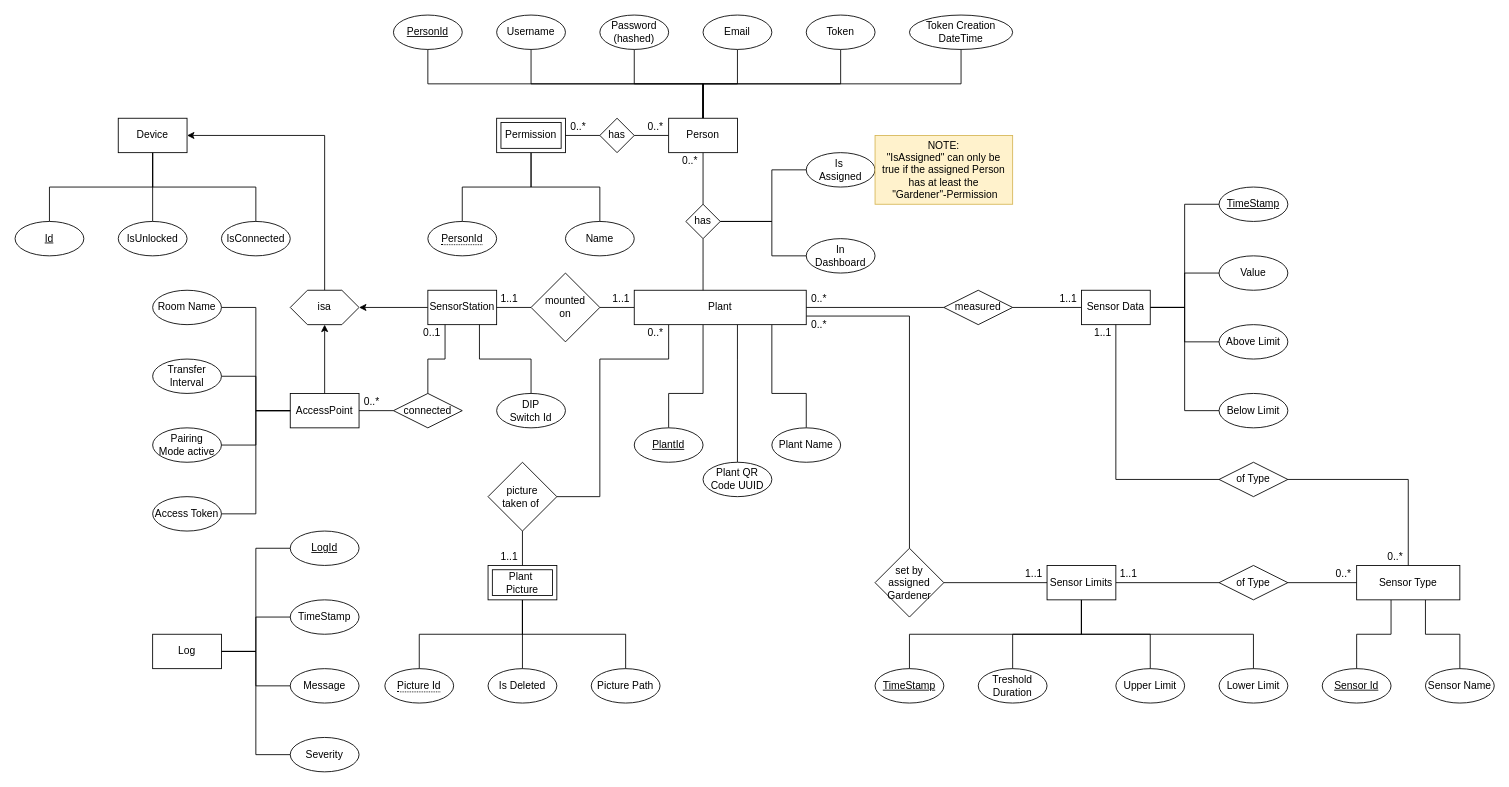
The draw.io diagram Diagrams/er-diagramm.drawio in FabioPlunser/SWE, before the edit. Source tidied: cells renumbered, new cells numbered last; positions are measured from the earlier drawing's top-left corner, leaving out a move shared by most shapes. Both pictures are drawn from the tidied source at 86%, with x=0, y=0 at pixel (15, 15).
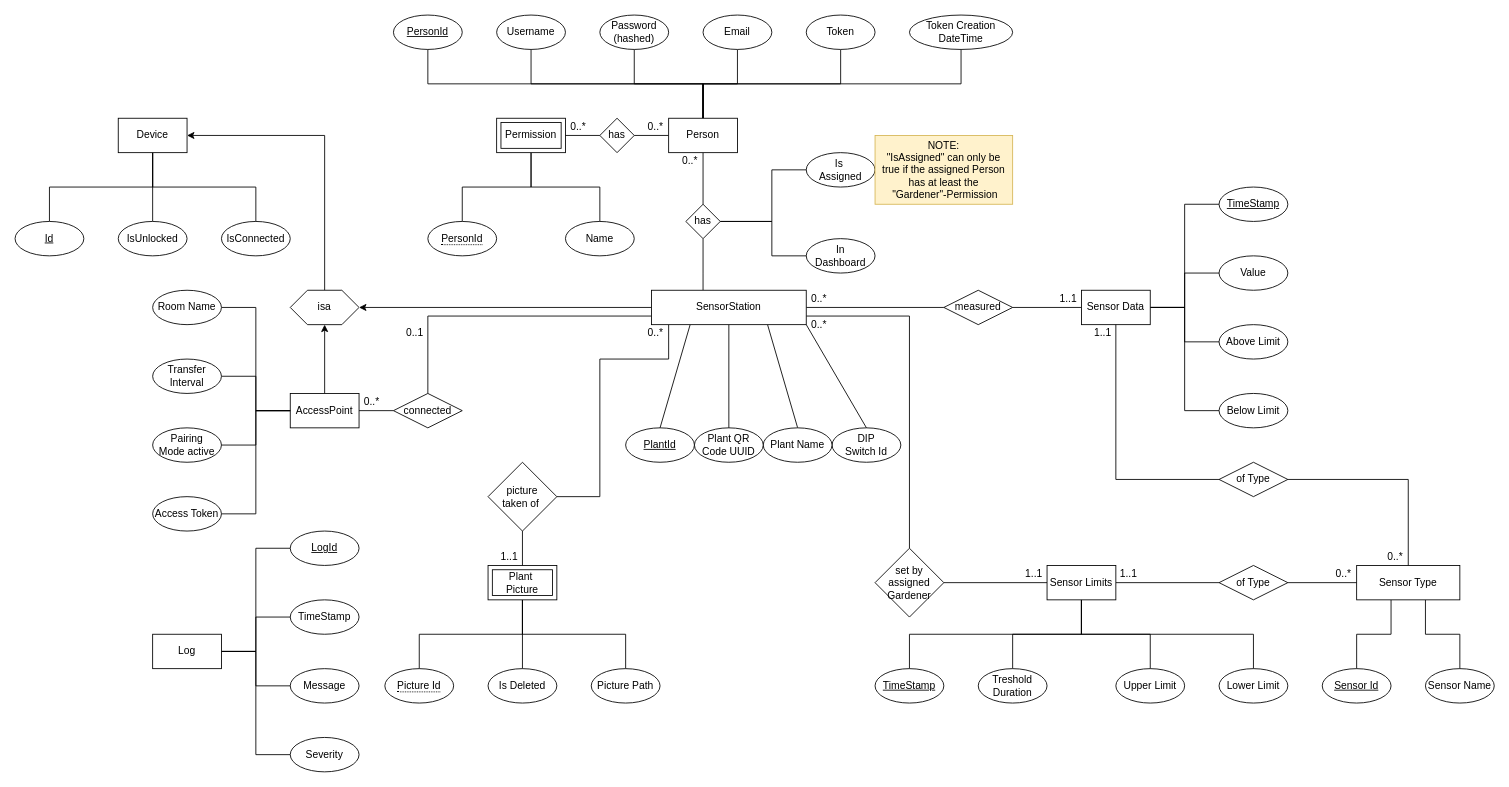
The same page after the edit.

The change refers to these unchanged cells:
```xml
<mxCell id="54" value="picture&lt;br&gt;taken of&amp;nbsp;" style="shape=rhombus;perimeter=rhombusPerimeter;whiteSpace=wrap;html=1;align=center;" parent="1" vertex="1">
  <mxGeometry x="550" y="520" width="80" height="80" as="geometry" />
</mxCell>
<mxCell id="64" value="has" style="shape=rhombus;perimeter=rhombusPerimeter;whiteSpace=wrap;html=1;align=center;" parent="1" vertex="1">
  <mxGeometry x="780" y="220" width="40" height="40" as="geometry" />
</mxCell>
<mxCell id="80" value="isa" style="shape=hexagon;perimeter=hexagonPerimeter2;whiteSpace=wrap;html=1;fixedSize=1;" parent="1" vertex="1">
  <mxGeometry x="320" y="320" width="80" height="40" as="geometry" />
</mxCell>
<mxCell id="82" value="connected" style="shape=rhombus;perimeter=rhombusPerimeter;whiteSpace=wrap;html=1;align=center;" parent="1" vertex="1">
  <mxGeometry x="440" y="440" width="80" height="40" as="geometry" />
</mxCell>
<mxCell id="92" value="measured" style="shape=rhombus;perimeter=rhombusPerimeter;whiteSpace=wrap;html=1;align=center;" parent="1" vertex="1">
  <mxGeometry x="1080" y="320" width="80" height="40" as="geometry" />
</mxCell>
<mxCell id="94" value="set by&lt;br&gt;assigned&lt;br&gt;Gardener" style="shape=rhombus;perimeter=rhombusPerimeter;whiteSpace=wrap;html=1;align=center;" parent="1" vertex="1">
  <mxGeometry x="1000" y="620" width="80" height="80" as="geometry" />
</mxCell>
```

Diff of the diagram source:
```diff
@@
-    <mxCell id="38" style="edgeStyle=orthogonalEdgeStyle;rounded=0;jettySize=auto;html=1;" parent="1" edge="1" source="39" target="80">
+    <mxCell id="38" style="edgeStyle=orthogonalEdgeStyle;rounded=0;jettySize=auto;html=1;exitX=0;exitY=0.5;exitDx=0;exitDy=0;" parent="1" edge="1" source="39" target="80">
       <mxGeometry relative="1" as="geometry" />
     </mxCell>
-    <mxCell id="39" value="SensorStation" style="whiteSpace=wrap;html=1;align=center;" parent="1" vertex="1">
-      <mxGeometry x="480" y="320" width="80" height="40" as="geometry" />
-    </mxCell>
@@
-    <mxCell id="41" style="edgeStyle=orthogonalEdgeStyle;rounded=0;jettySize=auto;html=1;endArrow=none;endFill=0;" parent="1" edge="1" source="47" target="52">
-      <mxGeometry relative="1" as="geometry">
-        <Array as="points">
-          <mxPoint x="800" y="440" />
-          <mxPoint x="760" y="440" />
-        </Array>
-      </mxGeometry>
-    </mxCell>
-    <mxCell id="42" style="edgeStyle=orthogonalEdgeStyle;rounded=0;jettySize=auto;html=1;endArrow=none;endFill=0;" parent="1" edge="1" source="47" target="54">
+    <mxCell id="42" style="edgeStyle=orthogonalEdgeStyle;rounded=0;jettySize=auto;html=1;endArrow=none;endFill=0;" parent="1" edge="1" target="54">
       <mxGeometry relative="1" as="geometry">
+        <mxPoint x="760" y="360" as="sourcePoint" />
         <Array as="points">
           <mxPoint x="760" y="400" />
           <mxPoint x="680" y="400" />
           <mxPoint x="680" y="560" />
         </Array>
       </mxGeometry>
     </mxCell>
-    <mxCell id="43" style="edgeStyle=orthogonalEdgeStyle;rounded=0;jettySize=auto;html=1;endArrow=none;endFill=0;" parent="1" edge="1" source="47" target="70">
-      <mxGeometry relative="1" as="geometry" />
-    </mxCell>
-    <mxCell id="44" style="edgeStyle=orthogonalEdgeStyle;rounded=0;jettySize=auto;html=1;endArrow=none;endFill=0;" parent="1" edge="1" source="47" target="94">
+    <mxCell id="44" style="edgeStyle=orthogonalEdgeStyle;rounded=0;jettySize=auto;html=1;endArrow=none;endFill=0;" parent="1" edge="1" target="94">
       <mxGeometry relative="1" as="geometry">
+        <mxPoint x="920" y="350" as="sourcePoint" />
         <Array as="points">
           <mxPoint x="1040" y="350" />
         </Array>
       </mxGeometry>
     </mxCell>
-    <mxCell id="45" style="edgeStyle=orthogonalEdgeStyle;rounded=0;jettySize=auto;html=1;endArrow=none;endFill=0;" parent="1" edge="1" source="47" target="132">
-      <mxGeometry relative="1" as="geometry">
-        <Array as="points">
-          <mxPoint x="880" y="440" />
-          <mxPoint x="920" y="440" />
-        </Array>
-      </mxGeometry>
-    </mxCell>
-    <mxCell id="46" style="edgeStyle=orthogonalEdgeStyle;rounded=0;jettySize=auto;html=1;endArrow=none;endFill=0;" parent="1" edge="1" source="47" target="137">
-      <mxGeometry relative="1" as="geometry">
-        <Array as="points">
-          <mxPoint x="840" y="400" />
-          <mxPoint x="840" y="400" />
-        </Array>
-      </mxGeometry>
-    </mxCell>
-    <mxCell id="47" value="Plant" style="whiteSpace=wrap;html=1;align=center;" parent="1" vertex="1">
-      <mxGeometry x="720" y="320" width="200" height="40" as="geometry" />
-    </mxCell>
@@
     <mxCell id="52" value="PlantId" style="ellipse;whiteSpace=wrap;html=1;align=center;fontStyle=4;" parent="1" vertex="1">
-      <mxGeometry x="720" y="480" width="80" height="40" as="geometry" />
+      <mxGeometry x="710" y="480" width="80" height="40" as="geometry" />
     </mxCell>
@@
-    <mxCell id="61" style="edgeStyle=orthogonalEdgeStyle;rounded=0;jettySize=auto;html=1;endArrow=none;endFill=0;" parent="1" edge="1" source="64" target="47">
+    <mxCell id="61" style="edgeStyle=orthogonalEdgeStyle;rounded=0;jettySize=auto;html=1;endArrow=none;endFill=0;" parent="1" edge="1" source="64">
       <mxGeometry relative="1" as="geometry">
+        <mxPoint x="800" y="320" as="targetPoint" />
         <Array as="points">
           <mxPoint x="800" y="300" />
           <mxPoint x="800" y="300" />
         </Array>
       </mxGeometry>
     </mxCell>
@@
-    <mxCell id="69" style="edgeStyle=orthogonalEdgeStyle;rounded=0;jettySize=auto;html=1;endArrow=none;endFill=0;" parent="1" edge="1" source="70" target="39">
-      <mxGeometry relative="1" as="geometry" />
-    </mxCell>
-    <mxCell id="70" value="mounted &lt;br&gt;on" style="shape=rhombus;perimeter=rhombusPerimeter;whiteSpace=wrap;html=1;align=center;" parent="1" vertex="1">
-      <mxGeometry x="600" y="300" width="80" height="80" as="geometry" />
-    </mxCell>
-    <mxCell id="71" value="1..1" style="text;html=1;strokeColor=none;fillColor=none;align=center;verticalAlign=middle;whiteSpace=wrap;rounded=0;" parent="1" vertex="1">
-      <mxGeometry x="690" y="320" width="30" height="20" as="geometry" />
-    </mxCell>
-    <mxCell id="72" value="1..1" style="text;html=1;strokeColor=none;fillColor=none;align=center;verticalAlign=middle;whiteSpace=wrap;rounded=0;" parent="1" vertex="1">
-      <mxGeometry x="560" y="320" width="30" height="20" as="geometry" />
-    </mxCell>
@@
-    <mxCell id="81" style="edgeStyle=orthogonalEdgeStyle;rounded=0;jettySize=auto;html=1;endArrow=none;endFill=0;" parent="1" edge="1" source="82" target="39">
+    <mxCell id="81" style="edgeStyle=orthogonalEdgeStyle;rounded=0;jettySize=auto;html=1;endArrow=none;endFill=0;entryX=0;entryY=0.75;entryDx=0;entryDy=0;" parent="1" edge="1" source="82" target="39">
       <mxGeometry relative="1" as="geometry">
         <Array as="points">
-          <mxPoint x="480" y="400" />
-          <mxPoint x="500" y="400" />
+          <mxPoint x="480" y="350" />
         </Array>
       </mxGeometry>
     </mxCell>
@@
     <mxCell id="83" value="0..1" style="text;html=1;strokeColor=none;fillColor=none;align=center;verticalAlign=middle;whiteSpace=wrap;rounded=0;" parent="1" vertex="1">
-      <mxGeometry x="470" y="360" width="30" height="20" as="geometry" />
+      <mxGeometry x="450" y="360" width="30" height="20" as="geometry" />
     </mxCell>
@@
-    <mxCell id="90" style="edgeStyle=orthogonalEdgeStyle;rounded=0;jettySize=auto;html=1;endArrow=none;endFill=0;" parent="1" edge="1" source="92" target="47">
+    <mxCell id="90" style="edgeStyle=orthogonalEdgeStyle;rounded=0;jettySize=auto;html=1;endArrow=none;endFill=0;" parent="1" edge="1" source="92">
       <mxGeometry relative="1" as="geometry">
+        <mxPoint x="920" y="340" as="targetPoint" />
         <Array as="points">
           <mxPoint x="1080" y="330" />
         </Array>
       </mxGeometry>
     </mxCell>
@@
-    <mxCell id="98" style="edgeStyle=orthogonalEdgeStyle;rounded=0;jettySize=auto;html=1;endArrow=none;endFill=0;" parent="1" edge="1" source="99" target="39">
-      <mxGeometry relative="1" as="geometry">
-        <Array as="points">
-          <mxPoint x="600" y="400" />
-          <mxPoint x="540" y="400" />
-        </Array>
-      </mxGeometry>
-    </mxCell>
     <mxCell id="99" value="DIP &lt;br&gt;Switch Id" style="ellipse;whiteSpace=wrap;html=1;align=center;" parent="1" vertex="1">
-      <mxGeometry x="560" y="440" width="80" height="40" as="geometry" />
+      <mxGeometry x="950" y="480" width="80" height="40" as="geometry" />
     </mxCell>
@@
+    <mxCell id="138" style="rounded=0;jettySize=auto;html=1;exitX=0.5;exitY=0;exitDx=0;exitDy=0;entryX=0.75;entryY=1;entryDx=0;entryDy=0;endArrow=none;endFill=0;" parent="1" edge="1" source="132" target="39">
+      <mxGeometry relative="1" as="geometry" />
+    </mxCell>
     <mxCell id="132" value="Plant Name" style="ellipse;whiteSpace=wrap;html=1;align=center;" parent="1" vertex="1">
-      <mxGeometry x="880" y="480" width="80" height="40" as="geometry" />
+      <mxGeometry x="870" y="480" width="80" height="40" as="geometry" />
     </mxCell>
@@
     <mxCell id="137" value="Plant QR Code UUID" style="ellipse;whiteSpace=wrap;html=1;align=center;" parent="1" vertex="1">
-      <mxGeometry x="800" y="520" width="80" height="40" as="geometry" />
+      <mxGeometry x="790" y="480" width="80" height="40" as="geometry" />
     </mxCell>
+    <mxCell id="139" style="rounded=0;jettySize=auto;html=1;exitX=0.25;exitY=1;exitDx=0;exitDy=0;entryX=0.5;entryY=0;entryDx=0;entryDy=0;endArrow=none;endFill=0;" parent="1" edge="1" source="39" target="52">
+      <mxGeometry relative="1" as="geometry" />
+    </mxCell>
+    <mxCell id="140" style="rounded=0;jettySize=auto;html=1;exitX=0.5;exitY=1;exitDx=0;exitDy=0;entryX=0.5;entryY=0;entryDx=0;entryDy=0;endArrow=none;endFill=0;" parent="1" edge="1" source="39" target="137">
+      <mxGeometry relative="1" as="geometry" />
+    </mxCell>
+    <mxCell id="141" style="rounded=0;jettySize=auto;html=1;exitX=1;exitY=1;exitDx=0;exitDy=0;entryX=0.5;entryY=0;entryDx=0;entryDy=0;endArrow=none;endFill=0;" parent="1" edge="1" source="39" target="99">
+      <mxGeometry relative="1" as="geometry" />
+    </mxCell>
+    <mxCell id="39" value="SensorStation" style="whiteSpace=wrap;html=1;align=center;" parent="1" vertex="1">
+      <mxGeometry x="740" y="320" width="180" height="40" as="geometry" />
+    </mxCell>
```
